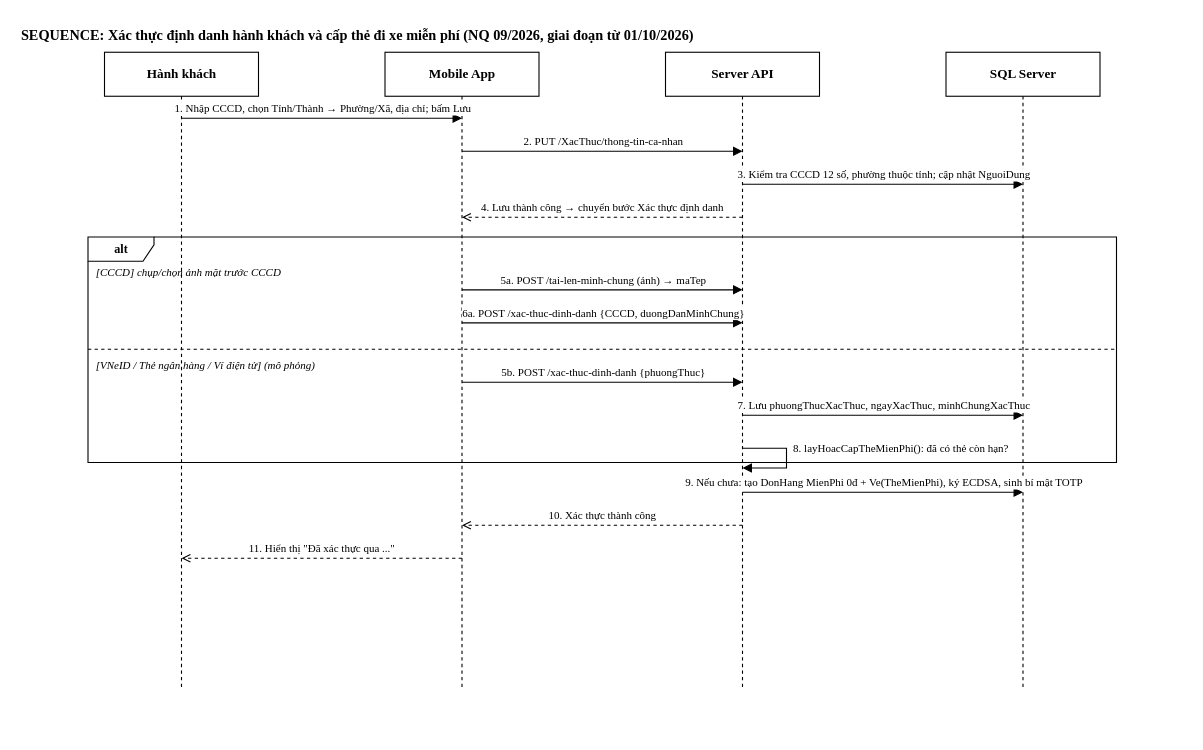
The draw.io diagram page "30_Seq_XacThucDinhDanh_CapThe" (31 of 33) of word/SmartBus - So do UML va ERD.drawio in thinh082/DATN_NguyenPhuocThinh_1150070040, before the edit. Source tidied: cells renumbered, new cells numbered last; positions are measured from the earlier drawing's top-left corner, leaving out a move shared by most shapes. Both pictures are drawn from the tidied source at 110%, with x=0, y=0 at pixel (19, 19).
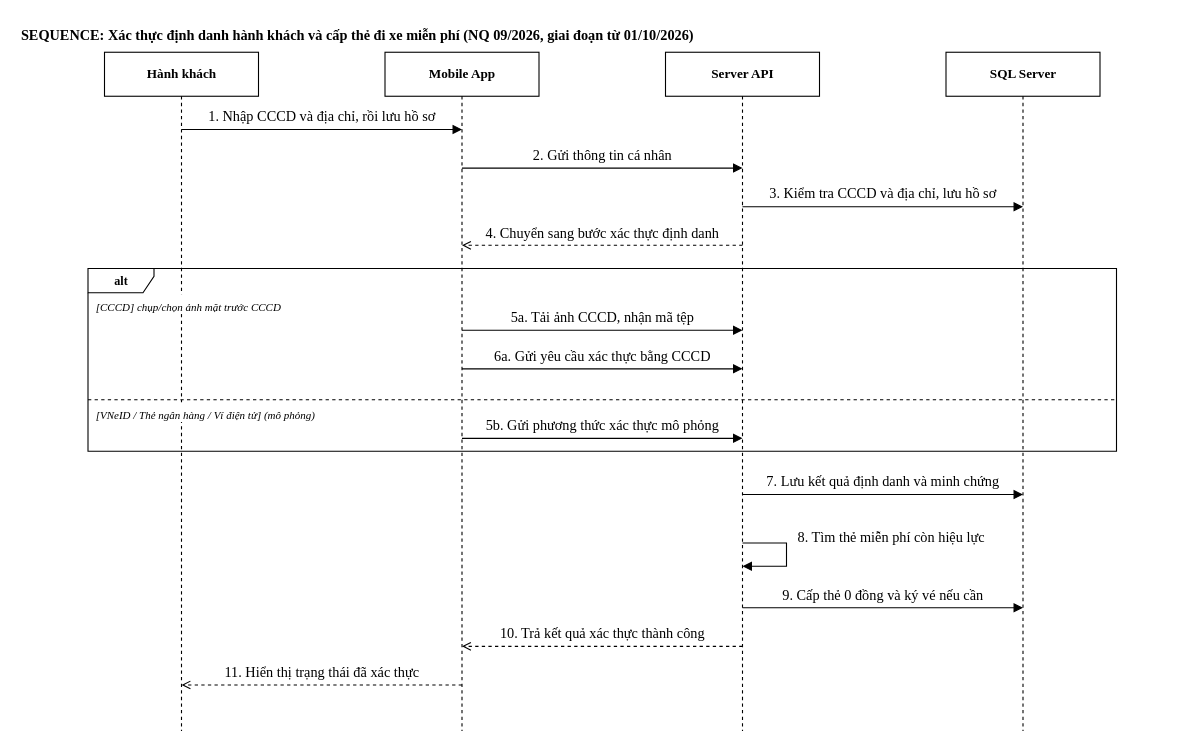
After the change.

The edit, as a diff of the source:
```diff
@@
-<mxGraphModel>
+<mxGraphModel background="#ffffff">
@@
     <mxCell id="3" value="Hành khách" style="shape=umlLifeline;perimeter=lifelinePerimeter;whiteSpace=wrap;html=1;size=40;strokeColor=#000000;fillColor=#FFFFFF;fontFamily=Times New Roman;fontColor=#000000;fontSize=12;fontStyle=1;" parent="1" vertex="1">
-      <mxGeometry x="77.5" y="30" width="140" height="580" as="geometry" />
+      <mxGeometry x="77.5" y="30" width="140" height="617" as="geometry" />
     </mxCell>
     <mxCell id="4" value="Mobile App" style="shape=umlLifeline;perimeter=lifelinePerimeter;whiteSpace=wrap;html=1;size=40;strokeColor=#000000;fillColor=#FFFFFF;fontFamily=Times New Roman;fontColor=#000000;fontSize=12;fontStyle=1;" parent="1" vertex="1">
-      <mxGeometry x="332.5" y="30" width="140" height="580" as="geometry" />
+      <mxGeometry x="332.5" y="30" width="140" height="617" as="geometry" />
     </mxCell>
     <mxCell id="5" value="Server API" style="shape=umlLifeline;perimeter=lifelinePerimeter;whiteSpace=wrap;html=1;size=40;strokeColor=#000000;fillColor=#FFFFFF;fontFamily=Times New Roman;fontColor=#000000;fontSize=12;fontStyle=1;" parent="1" vertex="1">
-      <mxGeometry x="587.5" y="30" width="140" height="580" as="geometry" />
+      <mxGeometry x="587.5" y="30" width="140" height="617" as="geometry" />
     </mxCell>
     <mxCell id="6" value="SQL Server" style="shape=umlLifeline;perimeter=lifelinePerimeter;whiteSpace=wrap;html=1;size=40;strokeColor=#000000;fillColor=#FFFFFF;fontFamily=Times New Roman;fontColor=#000000;fontSize=12;fontStyle=1;" parent="1" vertex="1">
-      <mxGeometry x="842.5" y="30" width="140" height="580" as="geometry" />
+      <mxGeometry x="842.5" y="30" width="140" height="617" as="geometry" />
     </mxCell>
-    <mxCell id="7" value="1. Nhập CCCD, chọn Tỉnh/Thành → Phường/Xã, địa chỉ; bấm Lưu" style="html=1;verticalAlign=bottom;endArrow=block;endFill=1;strokeColor=#000000;fontFamily=Times New Roman;fontColor=#000000;fontSize=10;" parent="1" edge="1">
+    <mxCell id="7" style="html=1;verticalAlign=bottom;endArrow=block;endFill=1;strokeColor=#000000;fontFamily=Times New Roman;fontColor=#000000;fontSize=10;" parent="1" edge="1">
       <mxGeometry relative="1" as="geometry">
-        <mxPoint x="147.5" y="90" as="sourcePoint" />
-        <mxPoint x="402.5" y="90" as="targetPoint" />
+        <mxPoint x="147.5" y="100.2" as="sourcePoint" />
+        <mxPoint x="402.5" y="100.2" as="targetPoint" />
       </mxGeometry>
     </mxCell>
-    <mxCell id="8" value="2. PUT /XacThuc/thong-tin-ca-nhan" style="html=1;verticalAlign=bottom;endArrow=block;endFill=1;strokeColor=#000000;fontFamily=Times New Roman;fontColor=#000000;fontSize=10;" parent="1" edge="1">
+    <mxCell id="8" style="html=1;verticalAlign=bottom;endArrow=block;endFill=1;strokeColor=#000000;fontFamily=Times New Roman;fontColor=#000000;fontSize=10;" parent="1" edge="1">
       <mxGeometry relative="1" as="geometry">
-        <mxPoint x="402.5" y="120" as="sourcePoint" />
-        <mxPoint x="657.5" y="120" as="targetPoint" />
+        <mxPoint x="402.5" y="135.3" as="sourcePoint" />
+        <mxPoint x="657.5" y="135.3" as="targetPoint" />
       </mxGeometry>
     </mxCell>
-    <mxCell id="9" value="3. Kiểm tra CCCD 12 số, phường thuộc tỉnh; cập nhật NguoiDung" style="html=1;verticalAlign=bottom;endArrow=block;endFill=1;strokeColor=#000000;fontFamily=Times New Roman;fontColor=#000000;fontSize=10;" parent="1" edge="1">
+    <mxCell id="9" style="html=1;verticalAlign=bottom;endArrow=block;endFill=1;strokeColor=#000000;fontFamily=Times New Roman;fontColor=#000000;fontSize=10;" parent="1" edge="1">
       <mxGeometry relative="1" as="geometry">
-        <mxPoint x="657.5" y="150" as="sourcePoint" />
-        <mxPoint x="912.5" y="150" as="targetPoint" />
+        <mxPoint x="657.5" y="170.4" as="sourcePoint" />
+        <mxPoint x="912.5" y="170.4" as="targetPoint" />
       </mxGeometry>
     </mxCell>
-    <mxCell id="10" value="4. Lưu thành công → chuyển bước Xác thực định danh" style="html=1;verticalAlign=bottom;dashed=1;endArrow=open;strokeColor=#000000;fontFamily=Times New Roman;fontColor=#000000;fontSize=10;" parent="1" edge="1">
+    <mxCell id="10" style="html=1;verticalAlign=bottom;dashed=1;endArrow=open;strokeColor=#000000;fontFamily=Times New Roman;fontColor=#000000;fontSize=10;" parent="1" edge="1">
       <mxGeometry relative="1" as="geometry">
-        <mxPoint x="657.5" y="180" as="sourcePoint" />
-        <mxPoint x="402.5" y="180" as="targetPoint" />
+        <mxPoint x="657.5" y="205.5" as="sourcePoint" />
+        <mxPoint x="402.5" y="205.5" as="targetPoint" />
       </mxGeometry>
     </mxCell>
     <mxCell id="11" value="alt" style="shape=umlFrame;whiteSpace=wrap;html=1;width=60;height=22;strokeColor=#000000;fillColor=none;fontFamily=Times New Roman;fontColor=#000000;fontSize=11;fontStyle=1;" parent="1" vertex="1">
-      <mxGeometry x="62.5" y="198" width="935" height="205" as="geometry" />
+      <mxGeometry x="62.5" y="226.6" width="935" height="166.1" as="geometry" />
     </mxCell>
-    <mxCell id="12" value="[CCCD] chụp/chọn ảnh mặt trước CCCD" style="text;html=1;align=left;fontFamily=Times New Roman;fontColor=#000000;fontSize=10;fontStyle=2;" parent="1" vertex="1">
-      <mxGeometry x="67.5" y="218" width="420" height="18" as="geometry" />
+    <mxCell id="12" value="[CCCD] chụp/chọn ảnh mặt trước CCCD" style="text;html=1;align=left;fontFamily=Times New Roman;fontColor=#000000;fontSize=10;fontStyle=2;fillColor=#ffffff;" parent="1" vertex="1">
+      <mxGeometry x="67.5" y="250" width="211" height="18" as="geometry" />
     </mxCell>
-    <mxCell id="13" value="5a. POST /tai-len-minh-chung (ảnh) → maTep" style="html=1;verticalAlign=bottom;endArrow=block;endFill=1;strokeColor=#000000;fontFamily=Times New Roman;fontColor=#000000;fontSize=10;" parent="1" edge="1">
+    <mxCell id="13" style="html=1;verticalAlign=bottom;endArrow=block;endFill=1;strokeColor=#000000;fontFamily=Times New Roman;fontColor=#000000;fontSize=10;" parent="1" edge="1">
       <mxGeometry relative="1" as="geometry">
-        <mxPoint x="402.5" y="246" as="sourcePoint" />
-        <mxPoint x="657.5" y="246" as="targetPoint" />
+        <mxPoint x="402.5" y="282.7" as="sourcePoint" />
+        <mxPoint x="657.5" y="282.7" as="targetPoint" />
       </mxGeometry>
     </mxCell>
-    <mxCell id="14" value="6a. POST /xac-thuc-dinh-danh {CCCD, duongDanMinhChung}" style="html=1;verticalAlign=bottom;endArrow=block;endFill=1;strokeColor=#000000;fontFamily=Times New Roman;fontColor=#000000;fontSize=10;" parent="1" edge="1">
+    <mxCell id="14" style="html=1;verticalAlign=bottom;endArrow=block;endFill=1;strokeColor=#000000;fontFamily=Times New Roman;fontColor=#000000;fontSize=10;" parent="1" edge="1">
       <mxGeometry relative="1" as="geometry">
-        <mxPoint x="402.5" y="276" as="sourcePoint" />
-        <mxPoint x="657.5" y="276" as="targetPoint" />
+        <mxPoint x="402.5" y="317.8" as="sourcePoint" />
+        <mxPoint x="657.5" y="317.8" as="targetPoint" />
       </mxGeometry>
     </mxCell>
     <mxCell id="15" style="endArrow=none;dashed=1;html=1;strokeColor=#000000;" parent="1" edge="1">
       <mxGeometry relative="1" as="geometry">
-        <mxPoint x="62.5" y="300" as="sourcePoint" />
-        <mxPoint x="997.5" y="300" as="targetPoint" />
+        <mxPoint x="62.5" y="345.9" as="sourcePoint" />
+        <mxPoint x="997.5" y="345.9" as="targetPoint" />
       </mxGeometry>
     </mxCell>
-    <mxCell id="16" value="[VNeID / Thẻ ngân hàng / Ví điện tử] (mô phỏng)" style="text;html=1;align=left;fontFamily=Times New Roman;fontColor=#000000;fontSize=10;fontStyle=2;" parent="1" vertex="1">
-      <mxGeometry x="67.5" y="302" width="420" height="18" as="geometry" />
+    <mxCell id="16" value="[VNeID / Thẻ ngân hàng / Ví điện tử] (mô phỏng)" style="text;html=1;align=left;fontFamily=Times New Roman;fontColor=#000000;fontSize=10;fontStyle=2;fillColor=#ffffff;" parent="1" vertex="1">
+      <mxGeometry x="67.5" y="348.2" width="279" height="18" as="geometry" />
     </mxCell>
-    <mxCell id="17" value="5b. POST /xac-thuc-dinh-danh {phuongThuc}" style="html=1;verticalAlign=bottom;endArrow=block;endFill=1;strokeColor=#000000;fontFamily=Times New Roman;fontColor=#000000;fontSize=10;" parent="1" edge="1">
+    <mxCell id="17" style="html=1;verticalAlign=bottom;endArrow=block;endFill=1;strokeColor=#000000;fontFamily=Times New Roman;fontColor=#000000;fontSize=10;" parent="1" edge="1">
       <mxGeometry relative="1" as="geometry">
-        <mxPoint x="402.5" y="330" as="sourcePoint" />
-        <mxPoint x="657.5" y="330" as="targetPoint" />
+        <mxPoint x="402.5" y="381" as="sourcePoint" />
+        <mxPoint x="657.5" y="381" as="targetPoint" />
       </mxGeometry>
     </mxCell>
-    <mxCell id="18" value="7. Lưu phuongThucXacThuc, ngayXacThuc, minhChungXacThuc" style="html=1;verticalAlign=bottom;endArrow=block;endFill=1;strokeColor=#000000;fontFamily=Times New Roman;fontColor=#000000;fontSize=10;" parent="1" edge="1">
+    <mxCell id="18" style="html=1;verticalAlign=bottom;endArrow=block;endFill=1;strokeColor=#000000;fontFamily=Times New Roman;fontColor=#000000;fontSize=10;" parent="1" edge="1">
       <mxGeometry relative="1" as="geometry">
-        <mxPoint x="657.5" y="360" as="sourcePoint" />
-        <mxPoint x="912.5" y="360" as="targetPoint" />
+        <mxPoint x="657.5" y="432.1" as="sourcePoint" />
+        <mxPoint x="912.5" y="432.1" as="targetPoint" />
       </mxGeometry>
     </mxCell>
-    <mxCell id="19" value="8. layHoacCapTheMienPhi(): đã có thẻ còn hạn?" style="html=1;verticalAlign=bottom;endArrow=block;endFill=1;strokeColor=#000000;fontFamily=Times New Roman;fontColor=#000000;fontSize=10;edgeStyle=orthogonalEdgeStyle;rounded=0;align=left;spacingLeft=4;" parent="1" edge="1">
+    <mxCell id="19" style="html=1;verticalAlign=bottom;endArrow=block;endFill=1;strokeColor=#000000;fontFamily=Times New Roman;fontColor=#000000;fontSize=10;edgeStyle=orthogonalEdgeStyle;rounded=0;align=left;spacingLeft=4;" parent="1" edge="1">
       <mxGeometry relative="1" as="geometry">
-        <mxPoint x="657.5" y="390" as="sourcePoint" />
-        <mxPoint x="657.5" y="408" as="targetPoint" />
+        <mxPoint x="657.5" y="476.2" as="sourcePoint" />
+        <mxPoint x="657.5" y="497.3" as="targetPoint" />
         <Array as="points">
-          <mxPoint x="697.5" y="390" />
-          <mxPoint x="697.5" y="408" />
+          <mxPoint x="697.5" y="476.2" />
+          <mxPoint x="697.5" y="497.3" />
         </Array>
       </mxGeometry>
     </mxCell>
-    <mxCell id="20" value="9. Nếu chưa: tạo DonHang MienPhi 0đ + Ve(TheMienPhi), ký ECDSA, sinh bí mật TOTP" style="html=1;verticalAlign=bottom;endArrow=block;endFill=1;strokeColor=#000000;fontFamily=Times New Roman;fontColor=#000000;fontSize=10;" parent="1" edge="1">
+    <mxCell id="20" style="html=1;verticalAlign=bottom;endArrow=block;endFill=1;strokeColor=#000000;fontFamily=Times New Roman;fontColor=#000000;fontSize=10;" parent="1" edge="1">
       <mxGeometry relative="1" as="geometry">
-        <mxPoint x="657.5" y="430" as="sourcePoint" />
-        <mxPoint x="912.5" y="430" as="targetPoint" />
+        <mxPoint x="657.5" y="535" as="sourcePoint" />
+        <mxPoint x="912.5" y="535" as="targetPoint" />
       </mxGeometry>
     </mxCell>
-    <mxCell id="21" value="10. Xác thực thành công" style="html=1;verticalAlign=bottom;dashed=1;endArrow=open;strokeColor=#000000;fontFamily=Times New Roman;fontColor=#000000;fontSize=10;" parent="1" edge="1">
+    <mxCell id="21" style="html=1;verticalAlign=bottom;dashed=1;endArrow=open;strokeColor=#000000;fontFamily=Times New Roman;fontColor=#000000;fontSize=10;" parent="1" edge="1">
       <mxGeometry relative="1" as="geometry">
-        <mxPoint x="657.5" y="460" as="sourcePoint" />
-        <mxPoint x="402.5" y="460" as="targetPoint" />
+        <mxPoint x="657.5" y="570.1" as="sourcePoint" />
+        <mxPoint x="402.5" y="570.1" as="targetPoint" />
       </mxGeometry>
     </mxCell>
-    <mxCell id="22" value="11. Hiển thị &quot;Đã xác thực qua ...&quot;" style="html=1;verticalAlign=bottom;dashed=1;endArrow=open;strokeColor=#000000;fontFamily=Times New Roman;fontColor=#000000;fontSize=10;" parent="1" edge="1">
+    <mxCell id="22" style="html=1;verticalAlign=bottom;dashed=1;endArrow=open;strokeColor=#000000;fontFamily=Times New Roman;fontColor=#000000;fontSize=10;" parent="1" edge="1">
       <mxGeometry relative="1" as="geometry">
-        <mxPoint x="402.5" y="490" as="sourcePoint" />
-        <mxPoint x="147.5" y="490" as="targetPoint" />
+        <mxPoint x="402.5" y="605.2" as="sourcePoint" />
+        <mxPoint x="147.5" y="605.2" as="targetPoint" />
       </mxGeometry>
     </mxCell>
+    <mxCell id="23" value="1. Nhập CCCD và địa chỉ, rồi lưu hồ sơ" style="text;html=1;whiteSpace=wrap;align=center;verticalAlign=bottom;spacing=0;fontFamily=Times New Roman;fontSize=13;strokeColor=none;fillColor=none;fontColor=#000000;" parent="1" vertex="1">
+      <mxGeometry x="153.5" y="69.2" width="243" height="28" as="geometry" />
+    </mxCell>
+    <mxCell id="24" value="2. Gửi thông tin cá nhân" style="text;html=1;whiteSpace=wrap;align=center;verticalAlign=bottom;spacing=0;fontFamily=Times New Roman;fontSize=13;strokeColor=none;fillColor=none;fontColor=#000000;" parent="1" vertex="1">
+      <mxGeometry x="408.5" y="104.3" width="243" height="28" as="geometry" />
+    </mxCell>
+    <mxCell id="25" value="3. Kiểm tra CCCD và địa chỉ, lưu hồ sơ" style="text;html=1;whiteSpace=wrap;align=center;verticalAlign=bottom;spacing=0;fontFamily=Times New Roman;fontSize=13;strokeColor=none;fillColor=none;fontColor=#000000;" parent="1" vertex="1">
+      <mxGeometry x="663.5" y="139.4" width="243" height="28" as="geometry" />
+    </mxCell>
+    <mxCell id="26" value="4. Chuyển sang bước xác thực định danh" style="text;html=1;whiteSpace=wrap;align=center;verticalAlign=bottom;spacing=0;fontFamily=Times New Roman;fontSize=13;strokeColor=none;fillColor=none;fontColor=#000000;" parent="1" vertex="1">
+      <mxGeometry x="408.5" y="174.5" width="243" height="28" as="geometry" />
+    </mxCell>
+    <mxCell id="27" value="5a. Tải ảnh CCCD, nhận mã tệp" style="text;html=1;whiteSpace=wrap;align=center;verticalAlign=bottom;spacing=0;fontFamily=Times New Roman;fontSize=13;strokeColor=none;fillColor=none;fontColor=#000000;" parent="1" vertex="1">
+      <mxGeometry x="408.5" y="251.7" width="243" height="28" as="geometry" />
+    </mxCell>
+    <mxCell id="28" value="6a. Gửi yêu cầu xác thực bằng CCCD" style="text;html=1;whiteSpace=wrap;align=center;verticalAlign=bottom;spacing=0;fontFamily=Times New Roman;fontSize=13;strokeColor=none;fillColor=none;fontColor=#000000;" parent="1" vertex="1">
+      <mxGeometry x="408.5" y="286.8" width="243" height="28" as="geometry" />
+    </mxCell>
+    <mxCell id="29" value="5b. Gửi phương thức xác thực mô phỏng" style="text;html=1;whiteSpace=wrap;align=center;verticalAlign=bottom;spacing=0;fontFamily=Times New Roman;fontSize=13;strokeColor=none;fillColor=none;fontColor=#000000;" parent="1" vertex="1">
+      <mxGeometry x="408.5" y="350" width="243" height="28" as="geometry" />
+    </mxCell>
+    <mxCell id="30" value="7. Lưu kết quả định danh và minh chứng" style="text;html=1;whiteSpace=wrap;align=center;verticalAlign=bottom;spacing=0;fontFamily=Times New Roman;fontSize=13;strokeColor=none;fillColor=none;fontColor=#000000;" parent="1" vertex="1">
+      <mxGeometry x="663.5" y="401.1" width="243" height="28" as="geometry" />
+    </mxCell>
+    <mxCell id="31" value="8. Tìm thẻ miễn phí còn hiệu lực" style="text;html=1;whiteSpace=wrap;align=left;verticalAlign=bottom;spacing=0;fontFamily=Times New Roman;fontSize=13;strokeColor=none;fillColor=none;fontColor=#000000;" parent="1" vertex="1">
+      <mxGeometry x="708" y="452.2" width="275" height="28" as="geometry" />
+    </mxCell>
+    <mxCell id="32" value="9. Cấp thẻ 0 đồng và ký vé nếu cần" style="text;html=1;whiteSpace=wrap;align=center;verticalAlign=bottom;spacing=0;fontFamily=Times New Roman;fontSize=13;strokeColor=none;fillColor=none;fontColor=#000000;" parent="1" vertex="1">
+      <mxGeometry x="663.5" y="504" width="243" height="28" as="geometry" />
+    </mxCell>
+    <mxCell id="33" value="10. Trả kết quả xác thực thành công" style="text;html=1;whiteSpace=wrap;align=center;verticalAlign=bottom;spacing=0;fontFamily=Times New Roman;fontSize=13;strokeColor=none;fillColor=none;fontColor=#000000;" parent="1" vertex="1">
+      <mxGeometry x="408.5" y="539.1" width="243" height="28" as="geometry" />
+    </mxCell>
+    <mxCell id="34" value="11. Hiển thị trạng thái đã xác thực" style="text;html=1;whiteSpace=wrap;align=center;verticalAlign=bottom;spacing=0;fontFamily=Times New Roman;fontSize=13;strokeColor=none;fillColor=none;fontColor=#000000;" parent="1" vertex="1">
+      <mxGeometry x="153.5" y="574.2" width="243" height="28" as="geometry" />
+    </mxCell>
```
